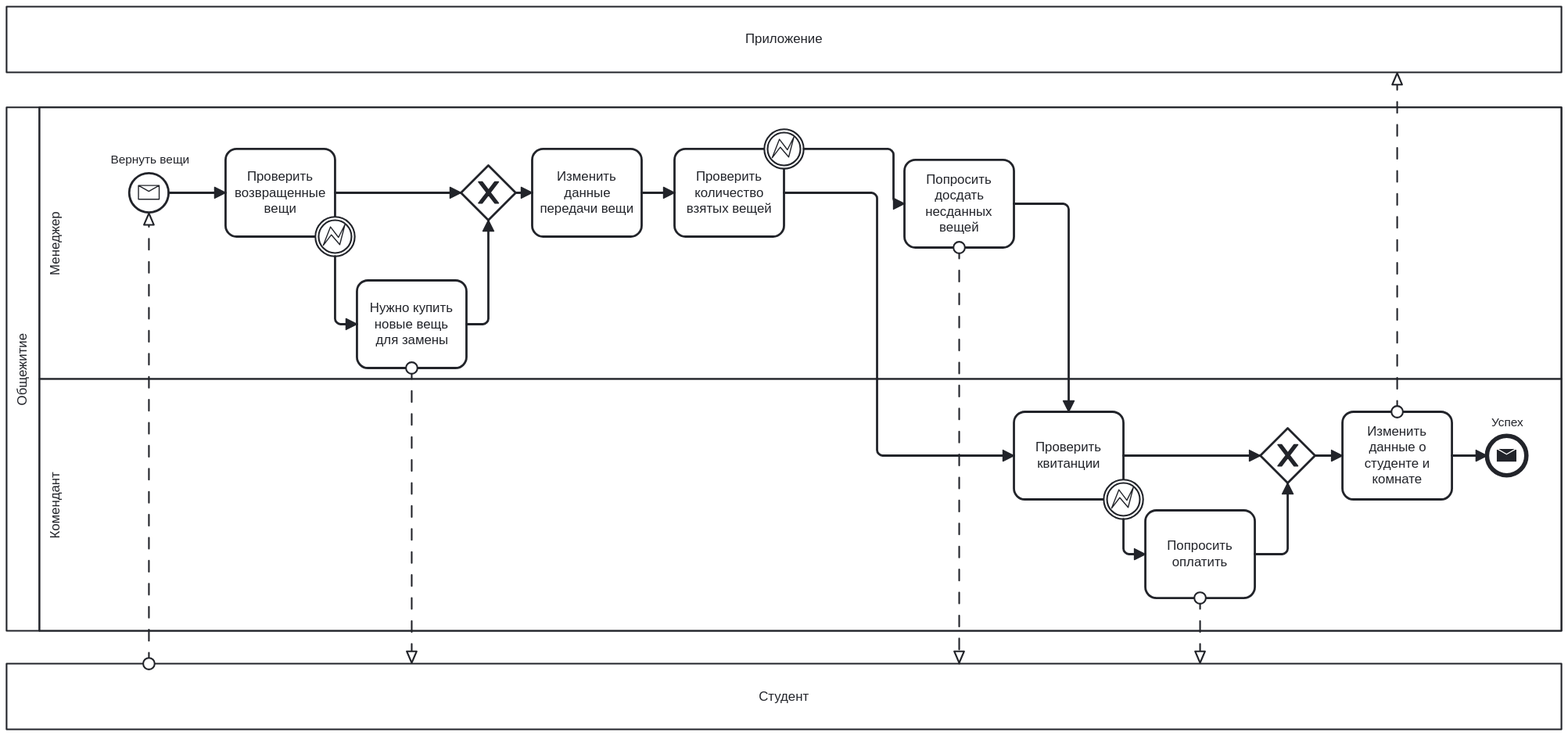
jokerva1010123/BMSTU-6-sem-PPO keeps this BPMN diagram as lab_01/img/checkout.svg. Above is the earlier version. Its source is kept beside it as lab_01/diagram/checkout.bpmn. Ids are renumbered. The source it was exported from:
```xml
<bpmn:definitions xmlns:xsi="http://www.w3.org/2001/XMLSchema-instance" xmlns:bpmn="http://www.omg.org/spec/BPMN/20100524/MODEL" xmlns:bpmndi="http://www.omg.org/spec/BPMN/20100524/DI" xmlns:dc="http://www.omg.org/spec/DD/20100524/DC" xmlns:di="http://www.omg.org/spec/DD/20100524/DI" id="Definitions_n1" targetNamespace="http://bpmn.io/schema/bpmn" exporter="bpmn-js (https://demo.bpmn.io)" exporterVersion="11.5.0">
  <bpmn:collaboration id="Collaboration_n2">
    <bpmn:participant id="Participant_n3" name="Общежитие" processRef="Process_n4" />
    <bpmn:participant id="Participant_n5" name="Студент" />
    <bpmn:participant id="Participant_n6" name="Приложение" />
    <bpmn:messageFlow id="Flow_n7" sourceRef="Participant_n5" targetRef="Event_n8" />
    <bpmn:messageFlow id="Flow_n9" sourceRef="Activity_n10" targetRef="Participant_n5" />
    <bpmn:messageFlow id="Flow_n11" sourceRef="Activity_n12" targetRef="Participant_n5" />
    <bpmn:messageFlow id="Flow_n13" sourceRef="Activity_n14" targetRef="Participant_n6" />
    <bpmn:messageFlow id="Flow_n15" sourceRef="Activity_n16" targetRef="Participant_n5" />
  </bpmn:collaboration>
  <bpmn:process id="Process_n4" isExecutable="false">
    <bpmn:laneSet id="LaneSet_n17">
      <bpmn:lane id="Lane_n18" name="Менеджер">
        <bpmn:flowNodeRef>Event_n8</bpmn:flowNodeRef>
        <bpmn:flowNodeRef>Activity_n19</bpmn:flowNodeRef>
        <bpmn:flowNodeRef>Activity_n10</bpmn:flowNodeRef>
        <bpmn:flowNodeRef>Gateway_n20</bpmn:flowNodeRef>
        <bpmn:flowNodeRef>Activity_n21</bpmn:flowNodeRef>
        <bpmn:flowNodeRef>Activity_n22</bpmn:flowNodeRef>
        <bpmn:flowNodeRef>Activity_n12</bpmn:flowNodeRef>
        <bpmn:flowNodeRef>Event_n23</bpmn:flowNodeRef>
        <bpmn:flowNodeRef>Event_n24</bpmn:flowNodeRef>
      </bpmn:lane>
      <bpmn:lane id="Lane_n25" name="Комендант">
        <bpmn:flowNodeRef>Activity_n26</bpmn:flowNodeRef>
        <bpmn:flowNodeRef>Activity_n16</bpmn:flowNodeRef>
        <bpmn:flowNodeRef>Gateway_n27</bpmn:flowNodeRef>
        <bpmn:flowNodeRef>Activity_n14</bpmn:flowNodeRef>
        <bpmn:flowNodeRef>Event_n28</bpmn:flowNodeRef>
        <bpmn:flowNodeRef>Event_n29</bpmn:flowNodeRef>
      </bpmn:lane>
    </bpmn:laneSet>
    <bpmn:startEvent id="Event_n8" name="Вернуть вещи">
      <bpmn:outgoing>Flow_n30</bpmn:outgoing>
      <bpmn:messageEventDefinition id="MessageEventDefinition_n31" />
    </bpmn:startEvent>
    <bpmn:task id="Activity_n19" name="Проверить возвращенные вещи">
      <bpmn:incoming>Flow_n30</bpmn:incoming>
      <bpmn:outgoing>Flow_n32</bpmn:outgoing>
    </bpmn:task>
    <bpmn:task id="Activity_n10" name="Нужно купить новые вещь для замены">
      <bpmn:incoming>Flow_n33</bpmn:incoming>
      <bpmn:outgoing>Flow_n34</bpmn:outgoing>
    </bpmn:task>
    <bpmn:exclusiveGateway id="Gateway_n20">
      <bpmn:incoming>Flow_n32</bpmn:incoming>
      <bpmn:incoming>Flow_n34</bpmn:incoming>
      <bpmn:outgoing>Flow_n35</bpmn:outgoing>
    </bpmn:exclusiveGateway>
    <bpmn:task id="Activity_n21" name="Изменить данные передачи вещи">
      <bpmn:incoming>Flow_n35</bpmn:incoming>
      <bpmn:outgoing>Flow_n36</bpmn:outgoing>
    </bpmn:task>
    <bpmn:task id="Activity_n22" name="Проверить количество взятых вещей">
      <bpmn:incoming>Flow_n36</bpmn:incoming>
      <bpmn:outgoing>Flow_n37</bpmn:outgoing>
    </bpmn:task>
    <bpmn:task id="Activity_n12" name="Попросить досдать несданных вещей">
      <bpmn:incoming>Flow_n38</bpmn:incoming>
      <bpmn:outgoing>Flow_n39</bpmn:outgoing>
    </bpmn:task>
    <bpmn:task id="Activity_n26" name="Проверить квитанции">
      <bpmn:incoming>Flow_n37</bpmn:incoming>
      <bpmn:incoming>Flow_n39</bpmn:incoming>
      <bpmn:outgoing>Flow_n40</bpmn:outgoing>
    </bpmn:task>
    <bpmn:task id="Activity_n16" name="Попросить оплатить">
      <bpmn:incoming>Flow_n41</bpmn:incoming>
      <bpmn:outgoing>Flow_n42</bpmn:outgoing>
    </bpmn:task>
    <bpmn:exclusiveGateway id="Gateway_n27">
      <bpmn:incoming>Flow_n42</bpmn:incoming>
      <bpmn:incoming>Flow_n40</bpmn:incoming>
      <bpmn:outgoing>Flow_n43</bpmn:outgoing>
    </bpmn:exclusiveGateway>
    <bpmn:task id="Activity_n14" name="Изменить данные о студенте и комнате">
      <bpmn:incoming>Flow_n43</bpmn:incoming>
      <bpmn:outgoing>Flow_n44</bpmn:outgoing>
    </bpmn:task>
    <bpmn:endEvent id="Event_n28" name="Успех">
      <bpmn:incoming>Flow_n44</bpmn:incoming>
      <bpmn:messageEventDefinition id="MessageEventDefinition_n45" />
    </bpmn:endEvent>
    <bpmn:boundaryEvent id="Event_n23" attachedToRef="Activity_n19">
      <bpmn:outgoing>Flow_n33</bpmn:outgoing>
      <bpmn:errorEventDefinition id="ErrorEventDefinition_n46" />
    </bpmn:boundaryEvent>
    <bpmn:boundaryEvent id="Event_n24" attachedToRef="Activity_n22">
      <bpmn:outgoing>Flow_n38</bpmn:outgoing>
      <bpmn:errorEventDefinition id="ErrorEventDefinition_n47" />
    </bpmn:boundaryEvent>
    <bpmn:boundaryEvent id="Event_n29" attachedToRef="Activity_n26">
      <bpmn:outgoing>Flow_n41</bpmn:outgoing>
      <bpmn:errorEventDefinition id="ErrorEventDefinition_n48" />
    </bpmn:boundaryEvent>
    <bpmn:sequenceFlow id="Flow_n30" sourceRef="Event_n8" targetRef="Activity_n19" />
    <bpmn:sequenceFlow id="Flow_n32" sourceRef="Activity_n19" targetRef="Gateway_n20" />
    <bpmn:sequenceFlow id="Flow_n33" sourceRef="Event_n23" targetRef="Activity_n10" />
    <bpmn:sequenceFlow id="Flow_n34" sourceRef="Activity_n10" targetRef="Gateway_n20" />
    <bpmn:sequenceFlow id="Flow_n35" sourceRef="Gateway_n20" targetRef="Activity_n21" />
    <bpmn:sequenceFlow id="Flow_n36" sourceRef="Activity_n21" targetRef="Activity_n22" />
    <bpmn:sequenceFlow id="Flow_n37" sourceRef="Activity_n22" targetRef="Activity_n26" />
    <bpmn:sequenceFlow id="Flow_n38" sourceRef="Event_n24" targetRef="Activity_n12" />
    <bpmn:sequenceFlow id="Flow_n39" sourceRef="Activity_n12" targetRef="Activity_n26" />
    <bpmn:sequenceFlow id="Flow_n40" sourceRef="Activity_n26" targetRef="Gateway_n27" />
    <bpmn:sequenceFlow id="Flow_n41" sourceRef="Event_n29" targetRef="Activity_n16" />
    <bpmn:sequenceFlow id="Flow_n42" sourceRef="Activity_n16" targetRef="Gateway_n27" />
    <bpmn:sequenceFlow id="Flow_n43" sourceRef="Gateway_n27" targetRef="Activity_n14" />
    <bpmn:sequenceFlow id="Flow_n44" sourceRef="Activity_n14" targetRef="Event_n28" />
  </bpmn:process>
  <bpmndi:BPMNDiagram id="BPMNDiagram_1">
    <bpmndi:BPMNPlane id="BPMNPlane_1" bpmnElement="Collaboration_n2">
      <bpmndi:BPMNShape id="Participant_n6_di" bpmnElement="Participant_n6" isHorizontal="true">
        <dc:Bounds x="160" y="80" width="1420" height="60" />
        <bpmndi:BPMNLabel />
      </bpmndi:BPMNShape>
      <bpmndi:BPMNShape id="Participant_n3_di" bpmnElement="Participant_n3" isHorizontal="true">
        <dc:Bounds x="160" y="172" width="1420" height="478" />
        <bpmndi:BPMNLabel />
      </bpmndi:BPMNShape>
      <bpmndi:BPMNShape id="Lane_n18_di" bpmnElement="Lane_n18" isHorizontal="true">
        <dc:Bounds x="190" y="172" width="1390" height="248" />
        <bpmndi:BPMNLabel />
      </bpmndi:BPMNShape>
      <bpmndi:BPMNShape id="Lane_n25_di" bpmnElement="Lane_n25" isHorizontal="true">
        <dc:Bounds x="190" y="420" width="1390" height="230" />
        <bpmndi:BPMNLabel />
      </bpmndi:BPMNShape>
      <bpmndi:BPMNShape id="Event_n8_di" bpmnElement="Event_n8">
        <dc:Bounds x="272" y="232" width="36" height="36" />
        <bpmndi:BPMNLabel>
          <dc:Bounds x="255" y="213" width="73" height="14" />
        </bpmndi:BPMNLabel>
      </bpmndi:BPMNShape>
      <bpmndi:BPMNShape id="Activity_n19_di" bpmnElement="Activity_n19">
        <dc:Bounds x="360" y="210" width="100" height="80" />
        <bpmndi:BPMNLabel />
      </bpmndi:BPMNShape>
      <bpmndi:BPMNShape id="Activity_n10_di" bpmnElement="Activity_n10">
        <dc:Bounds x="480" y="330" width="100" height="80" />
        <bpmndi:BPMNLabel />
      </bpmndi:BPMNShape>
      <bpmndi:BPMNShape id="Gateway_n20_di" bpmnElement="Gateway_n20" isMarkerVisible="true">
        <dc:Bounds x="575" y="225" width="50" height="50" />
      </bpmndi:BPMNShape>
      <bpmndi:BPMNShape id="Activity_n21_di" bpmnElement="Activity_n21">
        <dc:Bounds x="640" y="210" width="100" height="80" />
        <bpmndi:BPMNLabel />
      </bpmndi:BPMNShape>
      <bpmndi:BPMNShape id="Activity_n22_di" bpmnElement="Activity_n22">
        <dc:Bounds x="770" y="210" width="100" height="80" />
        <bpmndi:BPMNLabel />
      </bpmndi:BPMNShape>
      <bpmndi:BPMNShape id="Activity_n12_di" bpmnElement="Activity_n12">
        <dc:Bounds x="980" y="220" width="100" height="80" />
        <bpmndi:BPMNLabel />
      </bpmndi:BPMNShape>
      <bpmndi:BPMNShape id="Activity_n26_di" bpmnElement="Activity_n26">
        <dc:Bounds x="1080" y="450" width="100" height="80" />
        <bpmndi:BPMNLabel />
      </bpmndi:BPMNShape>
      <bpmndi:BPMNShape id="Activity_n16_di" bpmnElement="Activity_n16">
        <dc:Bounds x="1200" y="540" width="100" height="80" />
        <bpmndi:BPMNLabel />
      </bpmndi:BPMNShape>
      <bpmndi:BPMNShape id="Gateway_n27_di" bpmnElement="Gateway_n27" isMarkerVisible="true">
        <dc:Bounds x="1305" y="465" width="50" height="50" />
      </bpmndi:BPMNShape>
      <bpmndi:BPMNShape id="Activity_n14_di" bpmnElement="Activity_n14">
        <dc:Bounds x="1380" y="450" width="100" height="80" />
        <bpmndi:BPMNLabel />
      </bpmndi:BPMNShape>
      <bpmndi:BPMNShape id="Event_n28_di" bpmnElement="Event_n28">
        <dc:Bounds x="1512" y="472" width="36" height="36" />
        <bpmndi:BPMNLabel>
          <dc:Bounds x="1516" y="453" width="29" height="14" />
        </bpmndi:BPMNLabel>
      </bpmndi:BPMNShape>
      <bpmndi:BPMNShape id="Event_n23_di" bpmnElement="Event_n23">
        <dc:Bounds x="442" y="272" width="36" height="36" />
      </bpmndi:BPMNShape>
      <bpmndi:BPMNShape id="Event_n24_di" bpmnElement="Event_n24">
        <dc:Bounds x="852" y="192" width="36" height="36" />
      </bpmndi:BPMNShape>
      <bpmndi:BPMNShape id="Event_n29_di" bpmnElement="Event_n29">
        <dc:Bounds x="1162" y="512" width="36" height="36" />
      </bpmndi:BPMNShape>
      <bpmndi:BPMNEdge id="Flow_n30_di" bpmnElement="Flow_n30">
        <di:waypoint x="308" y="250" />
        <di:waypoint x="360" y="250" />
      </bpmndi:BPMNEdge>
      <bpmndi:BPMNEdge id="Flow_n33_di" bpmnElement="Flow_n33">
        <di:waypoint x="460" y="308" />
        <di:waypoint x="460" y="370" />
        <di:waypoint x="480" y="370" />
      </bpmndi:BPMNEdge>
      <bpmndi:BPMNEdge id="Flow_n32_di" bpmnElement="Flow_n32">
        <di:waypoint x="460" y="250" />
        <di:waypoint x="575" y="250" />
      </bpmndi:BPMNEdge>
      <bpmndi:BPMNEdge id="Flow_n34_di" bpmnElement="Flow_n34">
        <di:waypoint x="580" y="370" />
        <di:waypoint x="600" y="370" />
        <di:waypoint x="600" y="275" />
      </bpmndi:BPMNEdge>
      <bpmndi:BPMNEdge id="Flow_n35_di" bpmnElement="Flow_n35">
        <di:waypoint x="625" y="250" />
        <di:waypoint x="640" y="250" />
      </bpmndi:BPMNEdge>
      <bpmndi:BPMNEdge id="Flow_n36_di" bpmnElement="Flow_n36">
        <di:waypoint x="740" y="250" />
        <di:waypoint x="770" y="250" />
      </bpmndi:BPMNEdge>
      <bpmndi:BPMNEdge id="Flow_n37_di" bpmnElement="Flow_n37">
        <di:waypoint x="870" y="250" />
        <di:waypoint x="955" y="250" />
        <di:waypoint x="955" y="490" />
        <di:waypoint x="1080" y="490" />
      </bpmndi:BPMNEdge>
      <bpmndi:BPMNEdge id="Flow_n38_di" bpmnElement="Flow_n38">
        <di:waypoint x="888" y="210" />
        <di:waypoint x="970" y="210" />
        <di:waypoint x="970" y="260" />
        <di:waypoint x="980" y="260" />
      </bpmndi:BPMNEdge>
      <bpmndi:BPMNEdge id="Flow_n39_di" bpmnElement="Flow_n39">
        <di:waypoint x="1080" y="260" />
        <di:waypoint x="1130" y="260" />
        <di:waypoint x="1130" y="450" />
      </bpmndi:BPMNEdge>
      <bpmndi:BPMNEdge id="Flow_n41_di" bpmnElement="Flow_n41">
        <di:waypoint x="1180" y="548" />
        <di:waypoint x="1180" y="580" />
        <di:waypoint x="1200" y="580" />
      </bpmndi:BPMNEdge>
      <bpmndi:BPMNEdge id="Flow_n43_di" bpmnElement="Flow_n43">
        <di:waypoint x="1355" y="490" />
        <di:waypoint x="1380" y="490" />
      </bpmndi:BPMNEdge>
      <bpmndi:BPMNEdge id="Flow_n42_di" bpmnElement="Flow_n42">
        <di:waypoint x="1300" y="580" />
        <di:waypoint x="1330" y="580" />
        <di:waypoint x="1330" y="515" />
      </bpmndi:BPMNEdge>
      <bpmndi:BPMNEdge id="Flow_n40_di" bpmnElement="Flow_n40">
        <di:waypoint x="1180" y="490" />
        <di:waypoint x="1305" y="490" />
      </bpmndi:BPMNEdge>
      <bpmndi:BPMNEdge id="Flow_n44_di" bpmnElement="Flow_n44">
        <di:waypoint x="1480" y="490" />
        <di:waypoint x="1512" y="490" />
      </bpmndi:BPMNEdge>
      <bpmndi:BPMNShape id="Participant_n5_di" bpmnElement="Participant_n5" isHorizontal="true">
        <dc:Bounds x="160" y="680" width="1420" height="60" />
        <bpmndi:BPMNLabel />
      </bpmndi:BPMNShape>
      <bpmndi:BPMNEdge id="Flow_n7_di" bpmnElement="Flow_n7">
        <di:waypoint x="290" y="680" />
        <di:waypoint x="290" y="268" />
      </bpmndi:BPMNEdge>
      <bpmndi:BPMNEdge id="Flow_n9_di" bpmnElement="Flow_n9">
        <di:waypoint x="530" y="410" />
        <di:waypoint x="530" y="680" />
      </bpmndi:BPMNEdge>
      <bpmndi:BPMNEdge id="Flow_n11_di" bpmnElement="Flow_n11">
        <di:waypoint x="1030" y="300" />
        <di:waypoint x="1030" y="680" />
      </bpmndi:BPMNEdge>
      <bpmndi:BPMNEdge id="Flow_n13_di" bpmnElement="Flow_n13">
        <di:waypoint x="1430" y="450" />
        <di:waypoint x="1430" y="140" />
      </bpmndi:BPMNEdge>
      <bpmndi:BPMNEdge id="Flow_n15_di" bpmnElement="Flow_n15">
        <di:waypoint x="1250" y="620" />
        <di:waypoint x="1250" y="680" />
      </bpmndi:BPMNEdge>
    </bpmndi:BPMNPlane>
  </bpmndi:BPMNDiagram>
</bpmn:definitions>
```
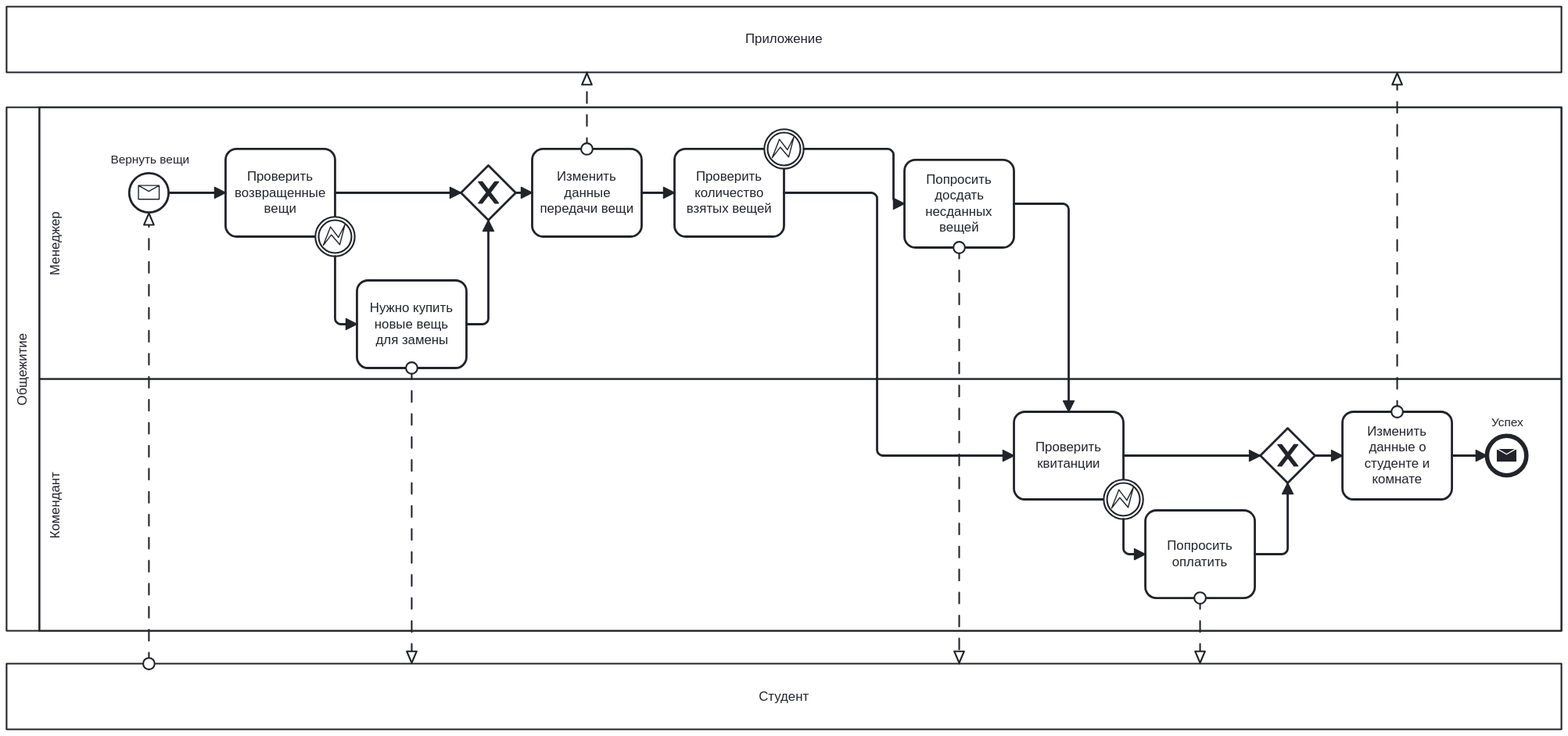
After the commit.

Change to the diagram source:
```diff
@@ -8,6 +8,7 @@
     <bpmn:messageFlow id="Flow_n11" sourceRef="Activity_n12" targetRef="Participant_n5" />
     <bpmn:messageFlow id="Flow_n13" sourceRef="Activity_n14" targetRef="Participant_n6" />
     <bpmn:messageFlow id="Flow_n15" sourceRef="Activity_n16" targetRef="Participant_n5" />
+    <bpmn:messageFlow id="Flow_n49" sourceRef="Activity_n21" targetRef="Participant_n6" />
   </bpmn:collaboration>
   <bpmn:process id="Process_n4" isExecutable="false">
     <bpmn:laneSet id="LaneSet_n17">
@@ -111,20 +112,16 @@
   </bpmn:process>
   <bpmndi:BPMNDiagram id="BPMNDiagram_1">
     <bpmndi:BPMNPlane id="BPMNPlane_1" bpmnElement="Collaboration_n2">
-      <bpmndi:BPMNShape id="Participant_n6_di" bpmnElement="Participant_n6" isHorizontal="true">
-        <dc:Bounds x="160" y="80" width="1420" height="60" />
-        <bpmndi:BPMNLabel />
-      </bpmndi:BPMNShape>
       <bpmndi:BPMNShape id="Participant_n3_di" bpmnElement="Participant_n3" isHorizontal="true">
         <dc:Bounds x="160" y="172" width="1420" height="478" />
         <bpmndi:BPMNLabel />
       </bpmndi:BPMNShape>
+      <bpmndi:BPMNShape id="Lane_n25_di" bpmnElement="Lane_n25" isHorizontal="true">
+        <dc:Bounds x="190" y="420" width="1390" height="230" />
+        <bpmndi:BPMNLabel />
+      </bpmndi:BPMNShape>
       <bpmndi:BPMNShape id="Lane_n18_di" bpmnElement="Lane_n18" isHorizontal="true">
         <dc:Bounds x="190" y="172" width="1390" height="248" />
-        <bpmndi:BPMNLabel />
-      </bpmndi:BPMNShape>
-      <bpmndi:BPMNShape id="Lane_n25_di" bpmnElement="Lane_n25" isHorizontal="true">
-        <dc:Bounds x="190" y="420" width="1390" height="230" />
         <bpmndi:BPMNLabel />
       </bpmndi:BPMNShape>
       <bpmndi:BPMNShape id="Event_n8_di" bpmnElement="Event_n8">
@@ -177,27 +174,27 @@
           <dc:Bounds x="1516" y="453" width="29" height="14" />
         </bpmndi:BPMNLabel>
       </bpmndi:BPMNShape>
-      <bpmndi:BPMNShape id="Event_n23_di" bpmnElement="Event_n23">
-        <dc:Bounds x="442" y="272" width="36" height="36" />
+      <bpmndi:BPMNShape id="Event_n29_di" bpmnElement="Event_n29">
+        <dc:Bounds x="1162" y="512" width="36" height="36" />
       </bpmndi:BPMNShape>
       <bpmndi:BPMNShape id="Event_n24_di" bpmnElement="Event_n24">
         <dc:Bounds x="852" y="192" width="36" height="36" />
       </bpmndi:BPMNShape>
-      <bpmndi:BPMNShape id="Event_n29_di" bpmnElement="Event_n29">
-        <dc:Bounds x="1162" y="512" width="36" height="36" />
+      <bpmndi:BPMNShape id="Event_n23_di" bpmnElement="Event_n23">
+        <dc:Bounds x="442" y="272" width="36" height="36" />
       </bpmndi:BPMNShape>
       <bpmndi:BPMNEdge id="Flow_n30_di" bpmnElement="Flow_n30">
         <di:waypoint x="308" y="250" />
         <di:waypoint x="360" y="250" />
       </bpmndi:BPMNEdge>
+      <bpmndi:BPMNEdge id="Flow_n32_di" bpmnElement="Flow_n32">
+        <di:waypoint x="460" y="250" />
+        <di:waypoint x="575" y="250" />
+      </bpmndi:BPMNEdge>
       <bpmndi:BPMNEdge id="Flow_n33_di" bpmnElement="Flow_n33">
         <di:waypoint x="460" y="308" />
         <di:waypoint x="460" y="370" />
         <di:waypoint x="480" y="370" />
-      </bpmndi:BPMNEdge>
-      <bpmndi:BPMNEdge id="Flow_n32_di" bpmnElement="Flow_n32">
-        <di:waypoint x="460" y="250" />
-        <di:waypoint x="575" y="250" />
       </bpmndi:BPMNEdge>
       <bpmndi:BPMNEdge id="Flow_n34_di" bpmnElement="Flow_n34">
         <di:waypoint x="580" y="370" />
@@ -229,23 +226,23 @@
         <di:waypoint x="1130" y="260" />
         <di:waypoint x="1130" y="450" />
       </bpmndi:BPMNEdge>
+      <bpmndi:BPMNEdge id="Flow_n40_di" bpmnElement="Flow_n40">
+        <di:waypoint x="1180" y="490" />
+        <di:waypoint x="1305" y="490" />
+      </bpmndi:BPMNEdge>
       <bpmndi:BPMNEdge id="Flow_n41_di" bpmnElement="Flow_n41">
         <di:waypoint x="1180" y="548" />
         <di:waypoint x="1180" y="580" />
         <di:waypoint x="1200" y="580" />
-      </bpmndi:BPMNEdge>
-      <bpmndi:BPMNEdge id="Flow_n43_di" bpmnElement="Flow_n43">
-        <di:waypoint x="1355" y="490" />
-        <di:waypoint x="1380" y="490" />
       </bpmndi:BPMNEdge>
       <bpmndi:BPMNEdge id="Flow_n42_di" bpmnElement="Flow_n42">
         <di:waypoint x="1300" y="580" />
         <di:waypoint x="1330" y="580" />
         <di:waypoint x="1330" y="515" />
       </bpmndi:BPMNEdge>
-      <bpmndi:BPMNEdge id="Flow_n40_di" bpmnElement="Flow_n40">
-        <di:waypoint x="1180" y="490" />
-        <di:waypoint x="1305" y="490" />
+      <bpmndi:BPMNEdge id="Flow_n43_di" bpmnElement="Flow_n43">
+        <di:waypoint x="1355" y="490" />
+        <di:waypoint x="1380" y="490" />
       </bpmndi:BPMNEdge>
       <bpmndi:BPMNEdge id="Flow_n44_di" bpmnElement="Flow_n44">
         <di:waypoint x="1480" y="490" />
@@ -253,6 +250,10 @@
       </bpmndi:BPMNEdge>
       <bpmndi:BPMNShape id="Participant_n5_di" bpmnElement="Participant_n5" isHorizontal="true">
         <dc:Bounds x="160" y="680" width="1420" height="60" />
+        <bpmndi:BPMNLabel />
+      </bpmndi:BPMNShape>
+      <bpmndi:BPMNShape id="Participant_n6_di" bpmnElement="Participant_n6" isHorizontal="true">
+        <dc:Bounds x="160" y="80" width="1420" height="60" />
         <bpmndi:BPMNLabel />
       </bpmndi:BPMNShape>
       <bpmndi:BPMNEdge id="Flow_n7_di" bpmnElement="Flow_n7">
@@ -275,6 +276,10 @@
         <di:waypoint x="1250" y="620" />
         <di:waypoint x="1250" y="680" />
       </bpmndi:BPMNEdge>
+      <bpmndi:BPMNEdge id="Flow_n49_di" bpmnElement="Flow_n49">
+        <di:waypoint x="690" y="210" />
+        <di:waypoint x="690" y="140" />
+      </bpmndi:BPMNEdge>
     </bpmndi:BPMNPlane>
   </bpmndi:BPMNDiagram>
 </bpmn:definitions>
```
